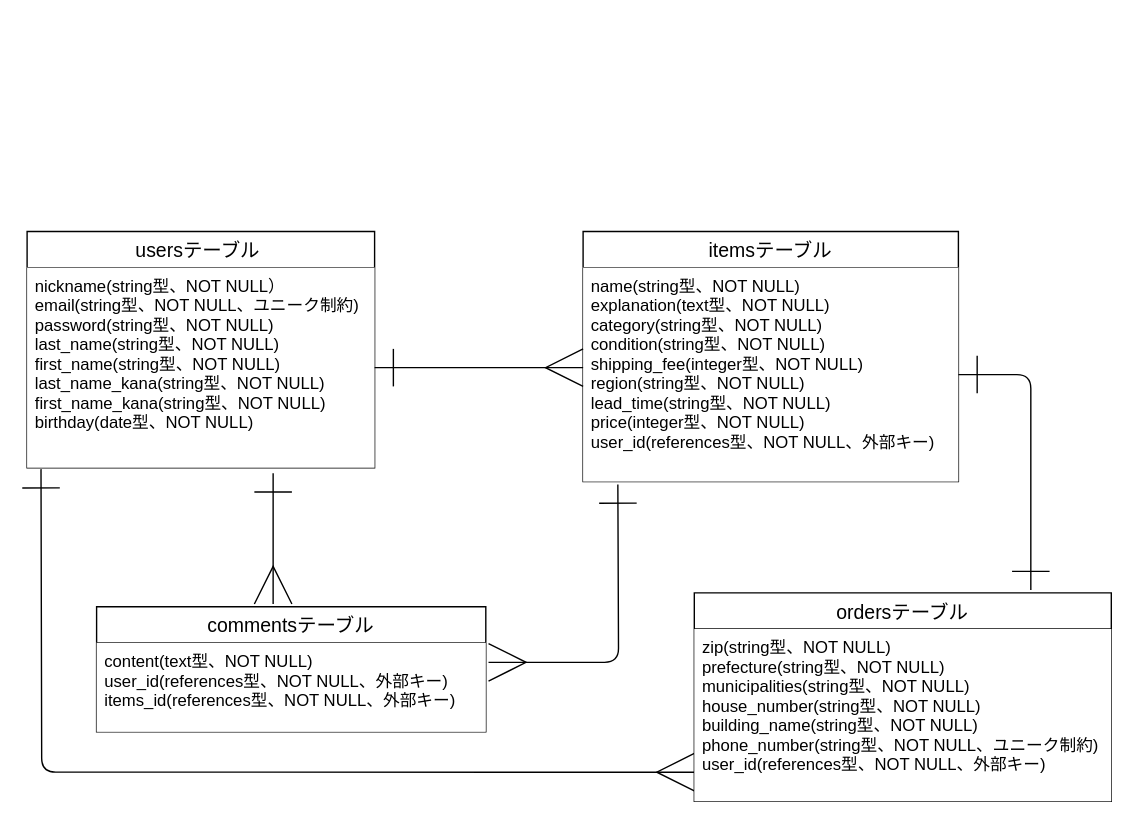
ritsu1022/furima-38953 keeps this draw.io diagram as ER図.dio. Above is the earlier version. Source tidied: cells renumbered, new cells numbered last; positions are measured from the earlier drawing's top-left corner, leaving out a move shared by most shapes. Both pictures are drawn from the tidied source at 139%, with x=0, y=0 at pixel (26, 231).
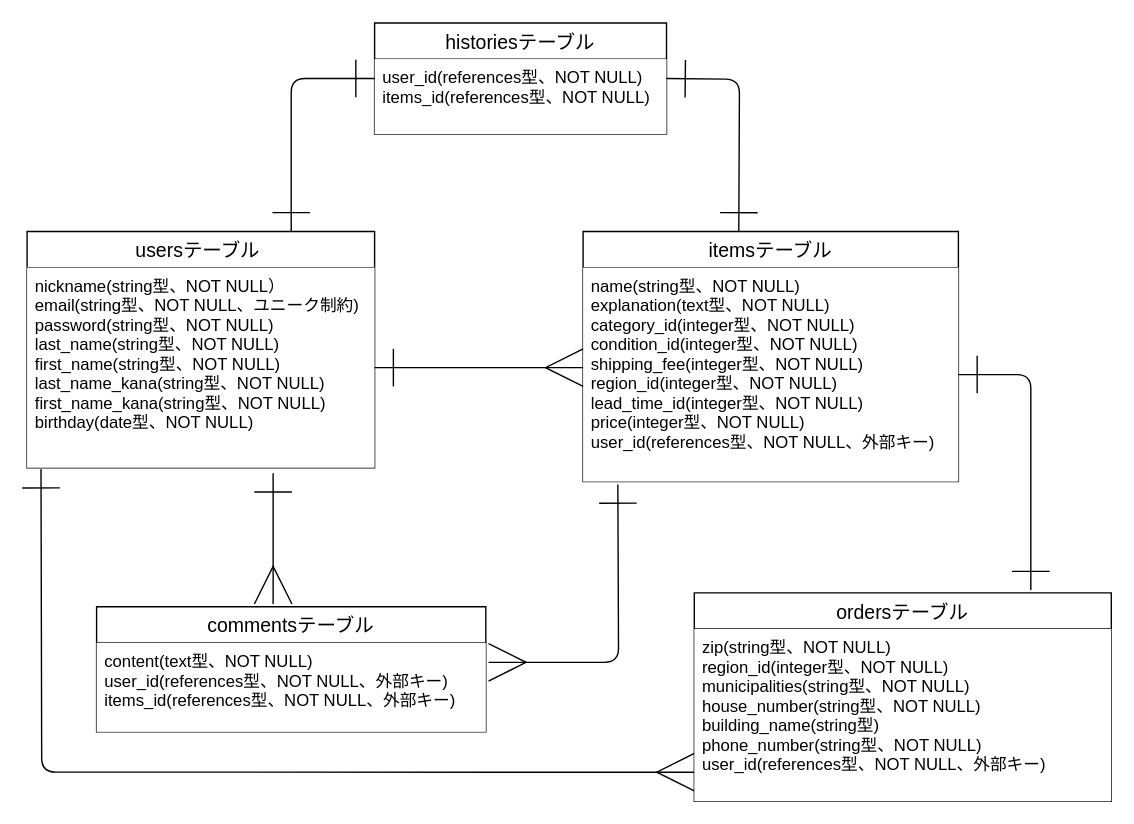
Above is the later version.

The change refers to these unchanged cells:
```xml
<mxCell id="5" value="itemsテーブル" style="swimlane;fontStyle=0;horizontal=1;startSize=26;align=center;fontSize=14;fillColor=#FFFFFF;" parent="1" vertex="1">
  <mxGeometry x="400" width="270" height="180" as="geometry" />
</mxCell>
<mxCell id="9" value="ordersテーブル" style="swimlane;fontStyle=0;horizontal=1;startSize=26;align=center;fontSize=14;fillColor=#FFFFFF;" parent="1" vertex="1">
  <mxGeometry x="480" y="260" width="300" height="150" as="geometry" />
</mxCell>
```

What changed in the source:
```diff
@@
-    <mxCell id="6" value="name(string型、NOT NULL)&#10;explanation(text型、NOT NULL)&#10;category(string型、NOT NULL)&#10;condition(string型、NOT NULL)&#10;shipping_fee(integer型、NOT NULL)&#10;region(string型、NOT NULL)&#10;lead_time(string型、NOT NULL)&#10;price(integer型、NOT NULL)&#10;user_id(references型、NOT NULL、外部キー)&#10;" style="text;strokeColor=none;fillColor=#FFFFFF;spacingLeft=4;spacingRight=4;overflow=hidden;points=[[0,0.5],[1,0.5]];portConstraint=eastwest;fontSize=12;" parent="5" vertex="1">
+    <mxCell id="6" value="name(string型、NOT NULL)&#10;explanation(text型、NOT NULL)&#10;category_id(integer型、NOT NULL)&#10;condition_id(integer型、NOT NULL)&#10;shipping_fee(integer型、NOT NULL)&#10;region_id(integer型、NOT NULL)&#10;lead_time_id(integer型、NOT NULL)&#10;price(integer型、NOT NULL)&#10;user_id(references型、NOT NULL、外部キー)&#10;" style="text;strokeColor=none;fillColor=#FFFFFF;spacingLeft=4;spacingRight=4;overflow=hidden;points=[[0,0.5],[1,0.5]];portConstraint=eastwest;fontSize=12;" parent="5" vertex="1">
       <mxGeometry y="26" width="270" height="154" as="geometry" />
     </mxCell>
@@
-    <mxCell id="10" value="zip(string型、NOT NULL)&#10;prefecture(string型、NOT NULL)&#10;municipalities(string型、NOT NULL)&#10;house_number(string型、NOT NULL)&#10;building_name(string型、NOT NULL)&#10;phone_number(string型、NOT NULL、ユニーク制約)&#10;user_id(references型、NOT NULL、外部キー)" style="text;strokeColor=none;fillColor=#FFFFFF;spacingLeft=4;spacingRight=4;overflow=hidden;points=[[0,0.5],[1,0.5]];portConstraint=eastwest;fontSize=12;" parent="9" vertex="1">
+    <mxCell id="10" value="zip(string型、NOT NULL)&#10;region_id(integer型、NOT NULL)&#10;municipalities(string型、NOT NULL)&#10;house_number(string型、NOT NULL)&#10;building_name(string型)&#10;phone_number(string型、NOT NULL)&#10;user_id(references型、NOT NULL、外部キー)" style="text;strokeColor=none;fillColor=#FFFFFF;spacingLeft=4;spacingRight=4;overflow=hidden;points=[[0,0.5],[1,0.5]];portConstraint=eastwest;fontSize=12;" parent="9" vertex="1">
       <mxGeometry y="26" width="300" height="124" as="geometry" />
     </mxCell>
@@
+    <mxCell id="15" value="historiesテーブル" style="swimlane;fontStyle=0;horizontal=1;startSize=26;align=center;fontSize=14;fillColor=#FFFFFF;" parent="1" vertex="1">
+      <mxGeometry x="250" y="-150" width="210" height="80" as="geometry" />
+    </mxCell>
+    <mxCell id="16" value="user_id(references型、NOT NULL)&#10;items_id(references型、NOT NULL)" style="text;strokeColor=none;fillColor=#FFFFFF;spacingLeft=4;spacingRight=4;overflow=hidden;fontSize=12;" parent="15" vertex="1">
+      <mxGeometry y="26" width="210" height="54" as="geometry" />
+    </mxCell>
+    <mxCell id="17" style="edgeStyle=orthogonalEdgeStyle;html=1;exitX=1;exitY=0.5;exitDx=0;exitDy=0;strokeWidth=1;startArrow=ERone;startFill=0;endArrow=ERone;endFill=0;startSize=25;endSize=25;fillColor=#FFFFFF;" parent="1" edge="1">
+      <mxGeometry relative="1" as="geometry">
+        <mxPoint x="460" y="-110" as="sourcePoint" />
+        <mxPoint x="512" as="targetPoint" />
+      </mxGeometry>
+    </mxCell>
+    <mxCell id="18" style="edgeStyle=orthogonalEdgeStyle;html=1;exitX=1;exitY=0.5;exitDx=0;exitDy=0;strokeWidth=1;startArrow=ERone;startFill=0;endArrow=ERone;endFill=0;startSize=25;endSize=25;fillColor=#FFFFFF;" parent="1" edge="1">
+      <mxGeometry relative="1" as="geometry">
+        <mxPoint x="250" y="-110" as="sourcePoint" />
+        <mxPoint x="190" as="targetPoint" />
+        <Array as="points">
+          <mxPoint x="190" y="-110" />
+        </Array>
+      </mxGeometry>
+    </mxCell>
```
